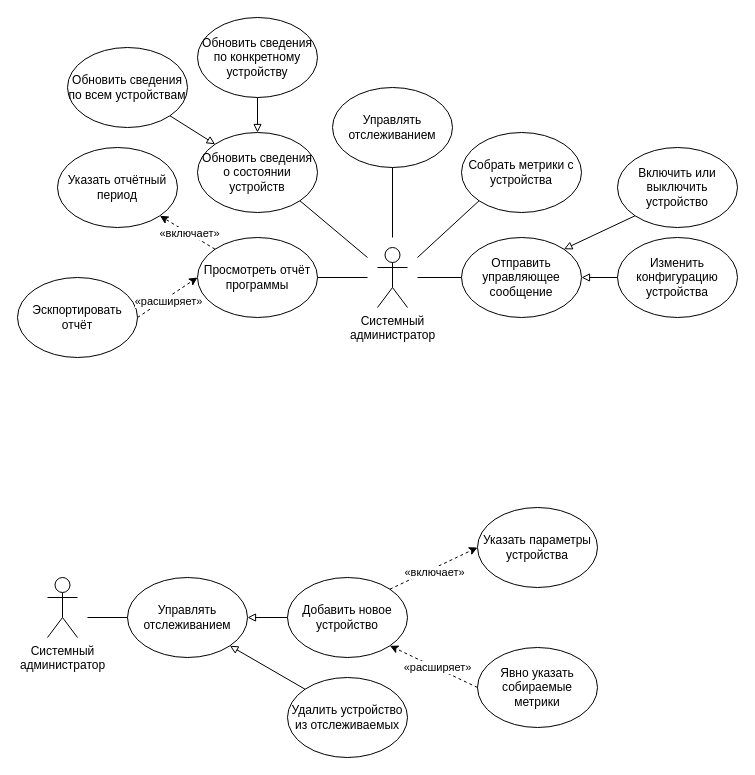
This is МАИППО/ДВИ МАИППО 1.drawio from DeRaLoRd/studying, a draw.io file, before an edit. Source tidied: cells renumbered, new cells numbered last; positions are measured from the earlier drawing's top-left corner, leaving out a move shared by most shapes. Both pictures are drawn from the tidied source at 100%, with x=0, y=0 at pixel (17, 17).
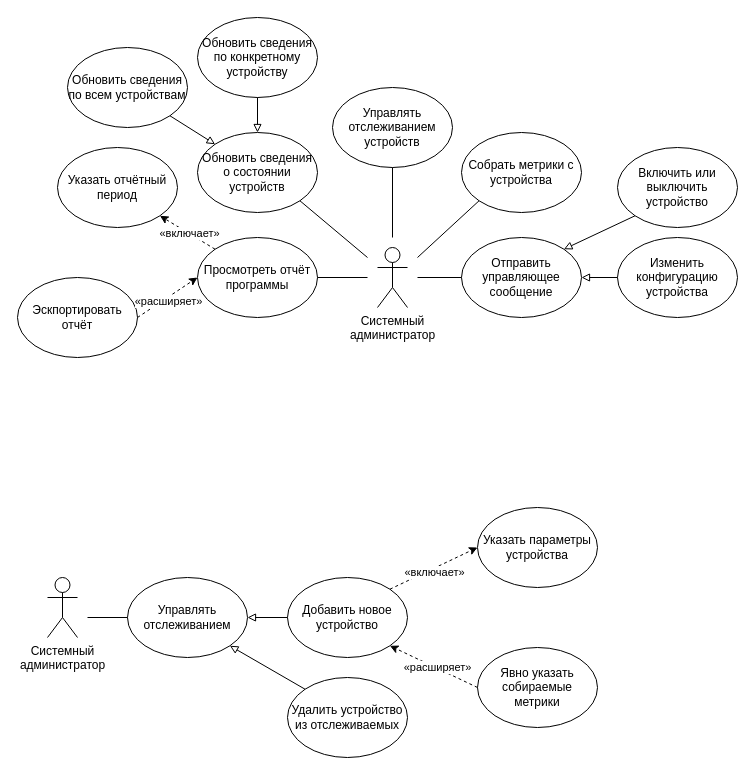
The same page after the edit.

Change to the diagram source:
```diff
@@
-    <mxCell id="3" value="Управлять отслеживанием" style="ellipse;whiteSpace=wrap;html=1;" parent="1" vertex="1">
+    <mxCell id="3" value="Управлять отслеживанием устройств" style="ellipse;whiteSpace=wrap;html=1;" parent="1" vertex="1">
       <mxGeometry x="315" y="70" width="120" height="80" as="geometry" />
     </mxCell>
```
